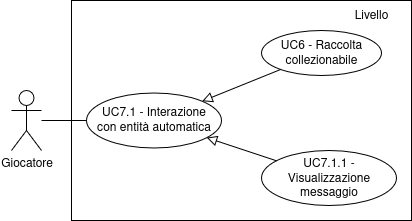
Before: images/usecase/uc-interazione_automatica.png, a diagram exported from draw.io (fliposab/UnipdThesis). Source tidied: cells renumbered, new cells last; positions are measured from the earlier drawing's top-left corner, leaving out a move shared by most shapes.
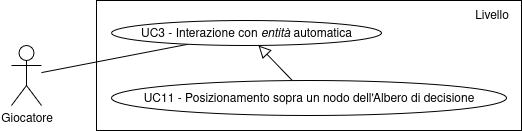
The same diagram one commit later.

The edit, as a diff of the source:
```diff
@@ -2,32 +2,26 @@
   <root>
     <mxCell id="0" />
     <mxCell id="1" parent="0" />
-    <mxCell id="2" style="rounded=0;whiteSpace=wrap;html=1;gradientColor=none;" parent="1" vertex="1">
-      <mxGeometry x="60" width="340" height="220" as="geometry" />
+    <mxCell id="2" style="rounded=0;whiteSpace=wrap;html=1;" parent="1" vertex="1">
+      <mxGeometry x="-855" y="320" width="425" height="130" as="geometry" />
     </mxCell>
-    <mxCell id="3" style="rounded=0;jettySize=auto;html=1;endArrow=none;startFill=0;" parent="1" edge="1" source="4" target="6">
+    <mxCell id="3" style="rounded=0;jettySize=auto;html=1;endArrow=none;endFill=0;" parent="1" edge="1" source="4" target="5">
       <mxGeometry relative="1" as="geometry" />
     </mxCell>
-    <mxCell id="4" value="Giocatore" style="shape=umlActor;verticalLabelPosition=bottom;verticalAlign=top;html=1;outlineConnect=0;" parent="1" vertex="1">
-      <mxGeometry y="90" width="30" height="60" as="geometry" />
+    <mxCell id="4" value="&lt;div&gt;Giocatore&lt;/div&gt;" style="shape=umlActor;verticalLabelPosition=bottom;verticalAlign=top;html=1;outlineConnect=0;" parent="1" vertex="1">
+      <mxGeometry x="-940" y="365" width="30" height="60" as="geometry" />
     </mxCell>
-    <mxCell id="5" value="Livello" style="text;html=1;align=center;verticalAlign=middle;whiteSpace=wrap;rounded=0;" parent="1" vertex="1">
-      <mxGeometry x="330" width="60" height="30" as="geometry" />
+    <mxCell id="5" value="UC3 - Interazione con&amp;nbsp;&lt;i&gt;entità&amp;nbsp;&lt;/i&gt;automatica" style="ellipse;whiteSpace=wrap;html=1;" parent="1" vertex="1">
+      <mxGeometry x="-840" y="340" width="270" height="25" as="geometry" />
     </mxCell>
-    <mxCell id="6" value="&lt;div&gt;UC7.1 - Interazione&lt;/div&gt;&lt;div&gt;con entità automatica&lt;/div&gt;" style="ellipse;whiteSpace=wrap;html=1;" parent="1" vertex="1">
-      <mxGeometry x="75" y="92.5" width="135" height="55" as="geometry" />
+    <mxCell id="6" style="rounded=0;jettySize=auto;html=1;endArrow=block;endFill=0;endSize=10;" parent="1" edge="1" source="7" target="5">
+      <mxGeometry relative="1" as="geometry" />
     </mxCell>
-    <mxCell id="7" value="UC7.1.1 - Visualizzazione messaggio" style="ellipse;whiteSpace=wrap;html=1;" parent="1" vertex="1">
-      <mxGeometry x="250" y="150" width="135" height="55" as="geometry" />
+    <mxCell id="7" value="&lt;div&gt;UC11 - Posizionamento sopra un nodo dell'Albero di decisione&lt;/div&gt;" style="ellipse;whiteSpace=wrap;html=1;" parent="1" vertex="1">
+      <mxGeometry x="-840" y="400" width="395" height="35" as="geometry" />
     </mxCell>
-    <mxCell id="8" value="&lt;div&gt;UC6 - Raccolta&lt;/div&gt;&lt;div&gt;collezionabile&lt;/div&gt;" style="ellipse;whiteSpace=wrap;html=1;" parent="1" vertex="1">
-      <mxGeometry x="250" y="30" width="120" height="45" as="geometry" />
+    <mxCell id="8" value="Livello" style="text;html=1;align=center;verticalAlign=middle;points=[];strokeColor=none;fillColor=none;" parent="1" vertex="1">
+      <mxGeometry x="-490" y="320" width="60" height="30" as="geometry" />
     </mxCell>
-    <mxCell id="9" style="rounded=0;jettySize=auto;html=1;endArrow=block;endFill=0;endSize=8;" parent="1" edge="1" source="7" target="6">
-      <mxGeometry relative="1" as="geometry" />
-    </mxCell>
-    <mxCell id="10" style="rounded=0;jettySize=auto;html=1;endArrow=block;endFill=0;endSize=8;" parent="1" edge="1" source="8" target="6">
-      <mxGeometry relative="1" as="geometry" />
-    </mxCell>
   </root>
 </mxGraphModel>
```
